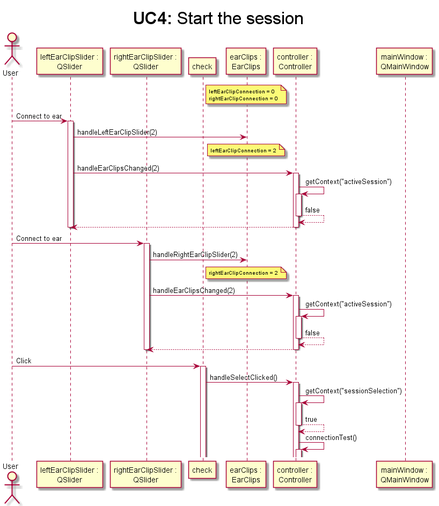
This is design/sequence/UC4-activateSession.png from alejita11011/CES-Simulator, a PlantUML export, as it was before one commit.
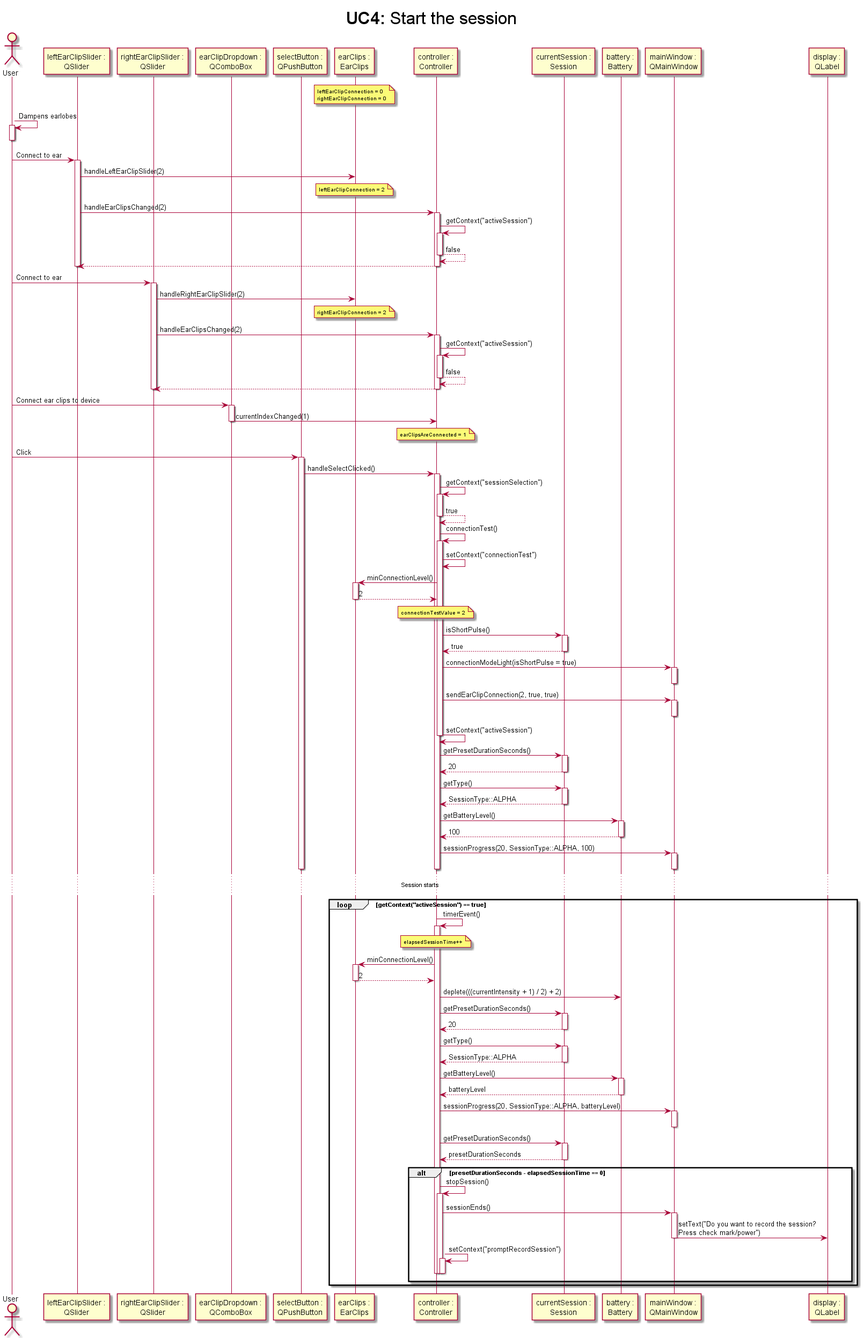
The same diagram one commit later.

Commit message:
Complete UC4 sequence diagram

What changed in the source:
```diff
@@ -5,13 +5,18 @@
 actor       User as user
 participant "leftEarClipSlider :\nQSlider" as leftSlider
 participant "rightEarClipSlider :\nQSlider" as rightSlider
-participant check
+participant "earClipDropdown :\nQComboBox" as dropdown
+participant "selectButton :\nQPushButton" as check
 participant "earClips :\nEarClips" as earClips
 participant "controller :\nController" as controller
+participant "currentSession :\nSession" as session
+participant "battery :\nBattery" as battery
 participant "mainWindow :\nQMainWindow" as mainWindow
+participant "display :\nQLabel" as display
 
 note over earClips: <size:10>leftEarClipConnection = 0 \n<size:10>rightEarClipConnection = 0
 
+user -> user ++--: Dampens earlobes
 user -> leftSlider ++ : Connect to ear
 leftSlider -> earClips : handleLeftEarClipSlider(2)
 note over earClips: <size:10>leftEarClipConnection = 2
@@ -30,11 +35,67 @@
 return
 rightSlider --
 
+user -> dropdown ++ : Connect ear clips to device
+dropdown -> controller: currentIndexChanged(1)
+note over controller: <size:10>earClipsAreConnected = 1
+deactivate dropdown
 
 user -> check ++ : Click
 check -> controller ++ : handleSelectClicked()
 controller -> controller ++ : getContext("sessionSelection")
 return true
 controller -> controller ++ : connectionTest()
+controller -> controller : setContext("connectionTest")
+controller -> earClips ++: minConnectionLevel()
+return 2
+note over controller: <size:10>connectionTestValue = 2
+controller -> session ++: isShortPulse()
+return true
+controller -> mainWindow ++: connectionModeLight(isShortPulse = true)
+deactivate mainWindow
+controller -> mainWindow ++: sendEarClipConnection(2, true, true)
+deactivate mainWindow
+controller -> controller : setContext("activeSession")
+deactivate controller
+controller -> session ++: getPresetDurationSeconds()
+return 20
+controller -> session ++: getType()
+return SessionType::ALPHA
+controller -> battery ++: getBatteryLevel()
+return 100
+controller -> mainWindow ++: sessionProgress(20, SessionType::ALPHA, 100)
+deactivate mainWindow
+deactivate controller
+deactivate check
+
+...Session starts...
+
+loop getContext("activeSession") == true
+    controller -> controller ++: timerEvent()
+    note over controller: <size:10>elapsedSessionTime++
+    controller -> earClips ++: minConnectionLevel()
+    return 2
+    controller -> battery: deplete(((currentIntensity + 1) / 2) + 2)
+    controller -> session ++: getPresetDurationSeconds()
+    return 20
+    controller -> session ++: getType()
+    return SessionType::ALPHA
+    controller -> battery ++: getBatteryLevel()
+    return batteryLevel
+    controller -> mainWindow ++: sessionProgress(20, SessionType::ALPHA, batteryLevel)
+    deactivate mainWindow
+    controller -> session ++: getPresetDurationSeconds()
+    return presetDurationSeconds
+
+    alt presetDurationSeconds - elapsedSessionTime == 0
+        controller -> controller ++: stopSession()
+        controller -> mainWindow ++: sessionEnds()
+        mainWindow -> display --: setText("Do you want to record the session?\nPress check mark/power")
+        deactivate mainWindow
+        controller -> controller ++-- : setContext("promptRecordSession")
+        deactivate controller
+        deactivate controller
+    end
+end
 
 @enduml
```
